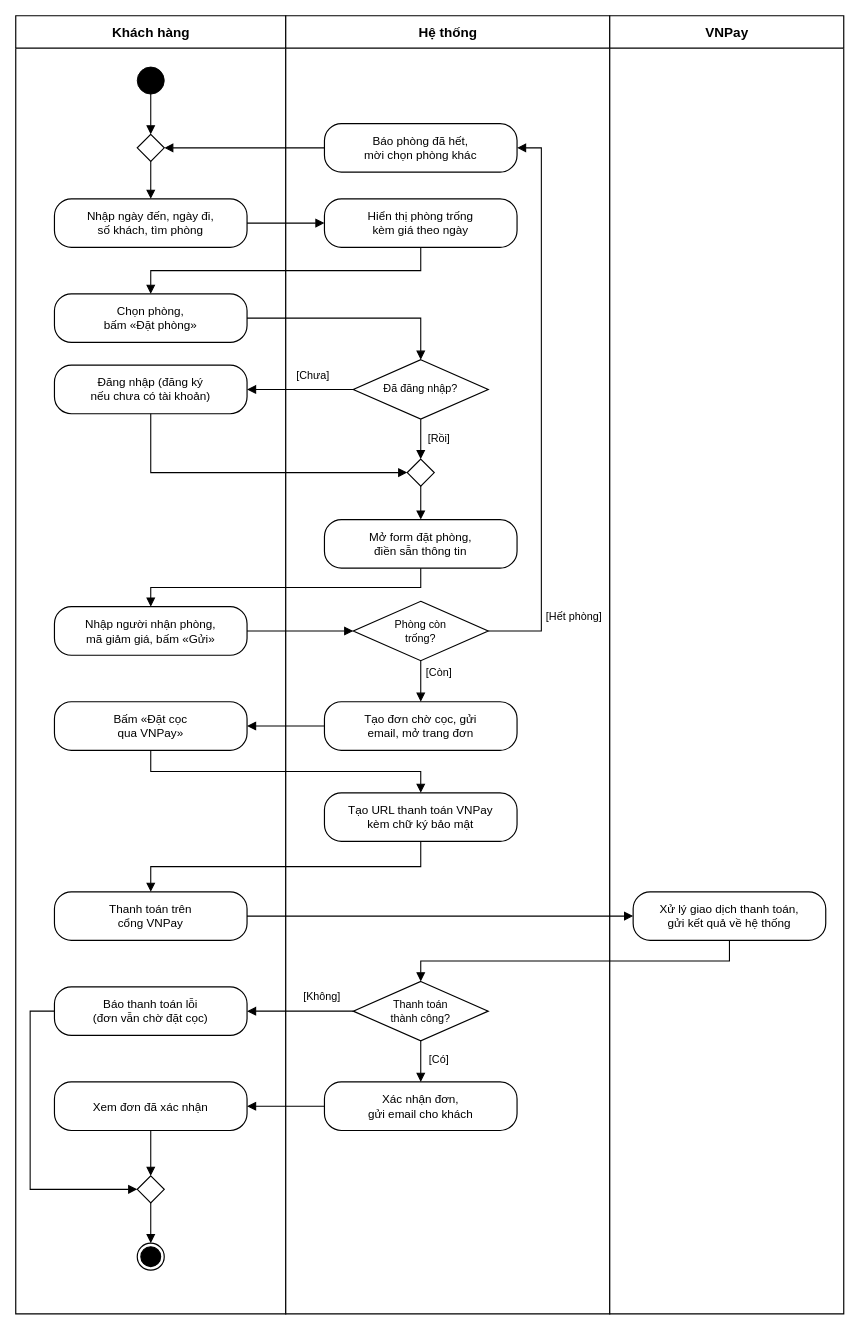
Above: docs/thiet-ke/hd-dat-phong-dat-coc.drawio in ngynquchn2511/beach-hotel (draw.io), before the change. Source tidied: cells renumbered, new cells numbered last; positions are measured from the earlier drawing's top-left corner, leaving out a move shared by most shapes. Both pictures are drawn from the tidied source at 90%, with x=0, y=0 at pixel (15, 15).
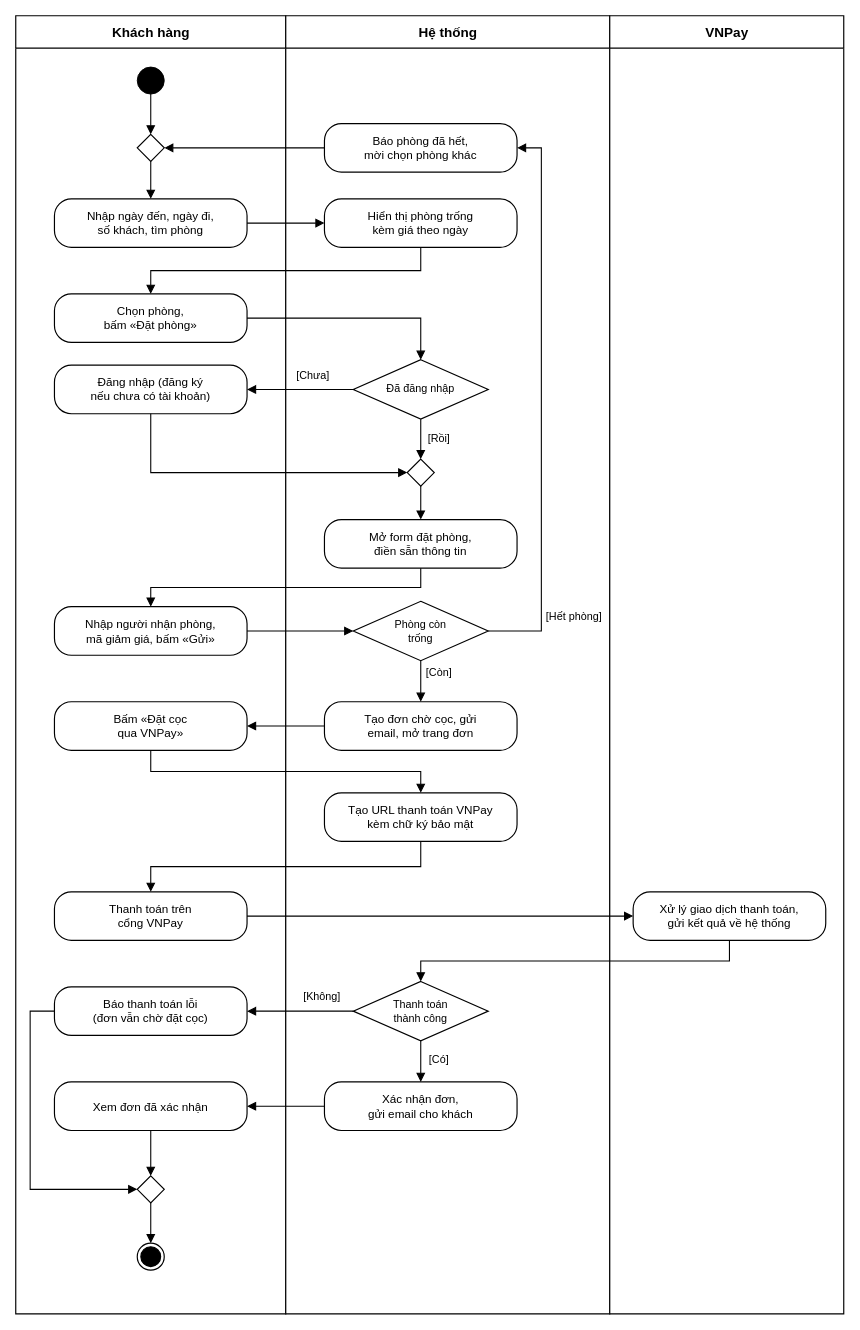
The same page after the edit.

Diff of the diagram source:
```diff
@@
-    <mxCell id="11" value="Đã đăng nhập?" style="fontFamily=Arial;fontColor=#000000;rhombus;whiteSpace=wrap;html=1;fillColor=#FFFFFF;strokeColor=#000000;strokeWidth=1.3;fontSize=12;" parent="1" vertex="1">
+    <mxCell id="11" value="Đã đăng nhập" style="fontFamily=Arial;fontColor=#000000;rhombus;whiteSpace=wrap;html=1;fillColor=#FFFFFF;strokeColor=#000000;strokeWidth=1.3;fontSize=12;" parent="1" vertex="1">
       <mxGeometry x="375" y="382.2" width="150" height="66" as="geometry" />
     </mxCell>
@@
-    <mxCell id="16" value="Phòng còn&lt;br&gt;trống?" style="fontFamily=Arial;fontColor=#000000;rhombus;whiteSpace=wrap;html=1;fillColor=#FFFFFF;strokeColor=#000000;strokeWidth=1.3;fontSize=12;" parent="1" vertex="1">
+    <mxCell id="16" value="Phòng còn&lt;br&gt;trống" style="fontFamily=Arial;fontColor=#000000;rhombus;whiteSpace=wrap;html=1;fillColor=#FFFFFF;strokeColor=#000000;strokeWidth=1.3;fontSize=12;" parent="1" vertex="1">
       <mxGeometry x="375" y="650.6" width="150" height="66" as="geometry" />
     </mxCell>
@@
-    <mxCell id="20" value="Thanh toán&lt;br&gt;thành công?" style="fontFamily=Arial;fontColor=#000000;rhombus;whiteSpace=wrap;html=1;fillColor=#FFFFFF;strokeColor=#000000;strokeWidth=1.3;fontSize=12;" parent="1" vertex="1">
+    <mxCell id="20" value="Thanh toán&lt;br&gt;thành công" style="fontFamily=Arial;fontColor=#000000;rhombus;whiteSpace=wrap;html=1;fillColor=#FFFFFF;strokeColor=#000000;strokeWidth=1.3;fontSize=12;" parent="1" vertex="1">
       <mxGeometry x="375" y="1073" width="150" height="66" as="geometry" />
     </mxCell>
```
